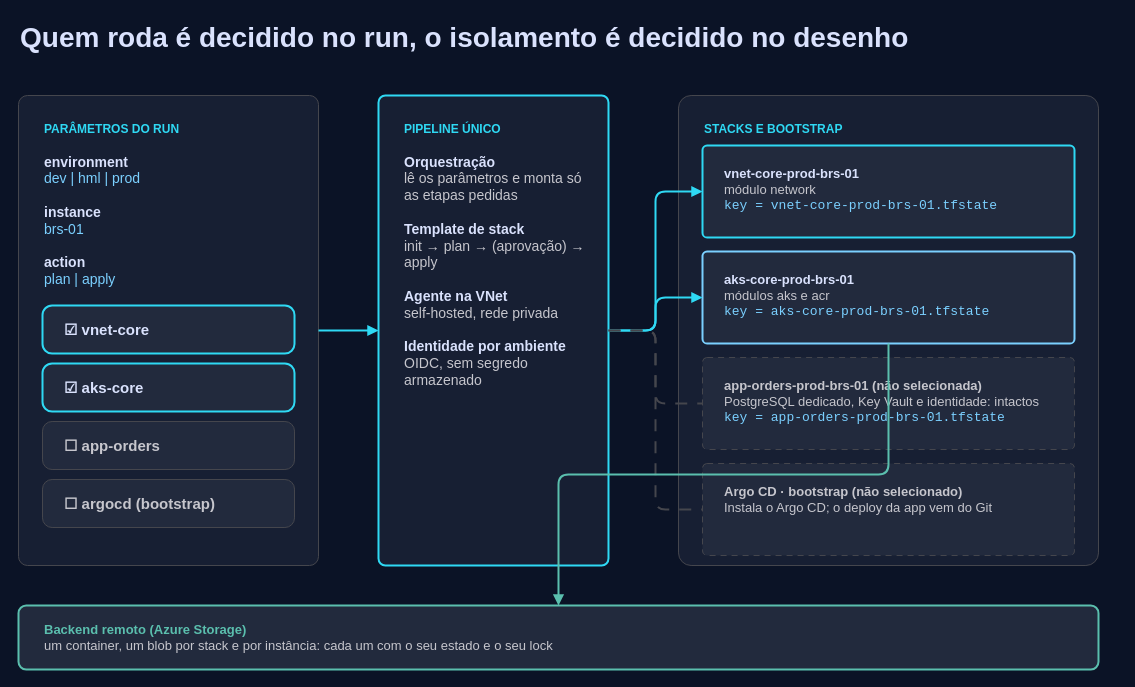
This is public/images/blog/2026-11-21/parametros-selecionam-stacks.drawio from rezendesfelipe/rezendesfelipe.github.io, a draw.io file, before an edit. Source tidied: cells renumbered, new cells numbered last; positions are measured from the earlier drawing's top-left corner, leaving out a move shared by most shapes. Both pictures are drawn from the tidied source at 100%, with x=0, y=0 at pixel (18, 17).
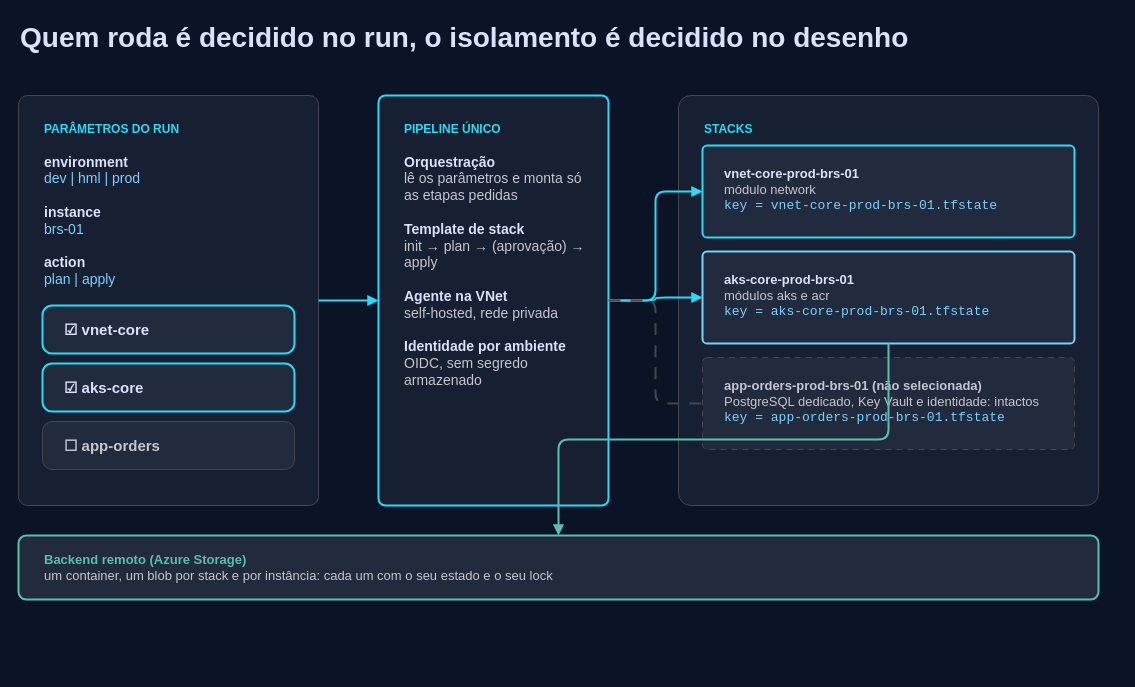
After the change.

Change to the diagram source:
```diff
@@
     <mxCell id="3" value="&lt;b style=&quot;font-family:Space Grotesk;color:#2fd9f4;font-size:12px&quot;&gt;PARÂMETROS DO RUN&lt;/b&gt;&lt;br&gt;&lt;br&gt;&lt;b&gt;environment&lt;/b&gt;&lt;br&gt;&lt;font color=&quot;#7bd0ff&quot;&gt;dev | hml | prod&lt;/font&gt;&lt;br&gt;&lt;br&gt;&lt;b&gt;instance&lt;/b&gt;&lt;br&gt;&lt;font color=&quot;#7bd0ff&quot;&gt;brs-01&lt;/font&gt;&lt;br&gt;&lt;br&gt;&lt;b&gt;action&lt;/b&gt;&lt;br&gt;&lt;font color=&quot;#7bd0ff&quot;&gt;plan | apply&lt;/font&gt;" style="rounded=1;arcSize=3;html=1;whiteSpace=wrap;align=left;verticalAlign=top;spacingLeft=24;spacingTop=18;fillColor=#171f33;strokeColor=#45464d;fontColor=#dae2fd;fontFamily=Manrope;fontSize=14;" parent="1" vertex="1">
-      <mxGeometry y="78" width="300" height="470" as="geometry" />
+      <mxGeometry y="78" width="300" height="410" as="geometry" />
     </mxCell>
@@
-    <mxCell id="7" value="☐ argocd (bootstrap)" style="rounded=1;arcSize=20;html=1;whiteSpace=wrap;align=left;spacingLeft=20;verticalAlign=middle;fillColor=#222a3d;strokeColor=#45464d;strokeWidth=1;fontColor=#c6c6cd;fontFamily=Space Grotesk;fontSize=15;fontStyle=1;" parent="1" vertex="1">
-      <mxGeometry x="24" y="462" width="252" height="48" as="geometry" />
+    <mxCell id="7" value="&lt;b style=&quot;font-family:Space Grotesk;color:#2fd9f4;font-size:12px&quot;&gt;PIPELINE ÚNICO&lt;/b&gt;&lt;br&gt;&lt;br&gt;&lt;b&gt;Orquestração&lt;/b&gt;&lt;br&gt;&lt;font color=&quot;#c6c6cd&quot;&gt;lê os parâmetros e monta só as etapas pedidas&lt;/font&gt;&lt;br&gt;&lt;br&gt;&lt;b&gt;Template de stack&lt;/b&gt;&lt;br&gt;&lt;font color=&quot;#c6c6cd&quot;&gt;init → plan → (aprovação) → apply&lt;/font&gt;&lt;br&gt;&lt;br&gt;&lt;b&gt;Agente na VNet&lt;/b&gt;&lt;br&gt;&lt;font color=&quot;#c6c6cd&quot;&gt;self-hosted, rede privada&lt;/font&gt;&lt;br&gt;&lt;br&gt;&lt;b&gt;Identidade por ambiente&lt;/b&gt;&lt;br&gt;&lt;font color=&quot;#c6c6cd&quot;&gt;OIDC, sem segredo armazenado&lt;/font&gt;" style="rounded=1;arcSize=3;html=1;whiteSpace=wrap;align=left;verticalAlign=top;spacingLeft=24;spacingRight=14;spacingTop=18;fillColor=#171f33;strokeColor=#2fd9f4;strokeWidth=2;fontColor=#dae2fd;fontFamily=Manrope;fontSize=14;" parent="1" vertex="1">
+      <mxGeometry x="360" y="78" width="230" height="410" as="geometry" />
     </mxCell>
-    <mxCell id="8" value="&lt;b style=&quot;font-family:Space Grotesk;color:#2fd9f4;font-size:12px&quot;&gt;PIPELINE ÚNICO&lt;/b&gt;&lt;br&gt;&lt;br&gt;&lt;b&gt;Orquestração&lt;/b&gt;&lt;br&gt;&lt;font color=&quot;#c6c6cd&quot;&gt;lê os parâmetros e monta só as etapas pedidas&lt;/font&gt;&lt;br&gt;&lt;br&gt;&lt;b&gt;Template de stack&lt;/b&gt;&lt;br&gt;&lt;font color=&quot;#c6c6cd&quot;&gt;init → plan → (aprovação) → apply&lt;/font&gt;&lt;br&gt;&lt;br&gt;&lt;b&gt;Agente na VNet&lt;/b&gt;&lt;br&gt;&lt;font color=&quot;#c6c6cd&quot;&gt;self-hosted, rede privada&lt;/font&gt;&lt;br&gt;&lt;br&gt;&lt;b&gt;Identidade por ambiente&lt;/b&gt;&lt;br&gt;&lt;font color=&quot;#c6c6cd&quot;&gt;OIDC, sem segredo armazenado&lt;/font&gt;" style="rounded=1;arcSize=3;html=1;whiteSpace=wrap;align=left;verticalAlign=top;spacingLeft=24;spacingRight=14;spacingTop=18;fillColor=#171f33;strokeColor=#2fd9f4;strokeWidth=2;fontColor=#dae2fd;fontFamily=Manrope;fontSize=14;" parent="1" vertex="1">
-      <mxGeometry x="360" y="78" width="230" height="470" as="geometry" />
+    <mxCell id="8" value="&lt;b style=&quot;font-family:Space Grotesk;color:#2fd9f4;font-size:12px&quot;&gt;STACKS&lt;/b&gt;" style="rounded=1;arcSize=3;html=1;whiteSpace=wrap;align=left;verticalAlign=top;spacingLeft=24;spacingTop=18;fillColor=#171f33;strokeColor=#45464d;fontColor=#dae2fd;fontFamily=Manrope;fontSize=14;" parent="1" vertex="1">
+      <mxGeometry x="660" y="78" width="420" height="410" as="geometry" />
     </mxCell>
-    <mxCell id="9" value="&lt;b style=&quot;font-family:Space Grotesk;color:#2fd9f4;font-size:12px&quot;&gt;STACKS E BOOTSTRAP&lt;/b&gt;" style="rounded=1;arcSize=3;html=1;whiteSpace=wrap;align=left;verticalAlign=top;spacingLeft=24;spacingTop=18;fillColor=#171f33;strokeColor=#45464d;fontColor=#dae2fd;fontFamily=Manrope;fontSize=14;" parent="1" vertex="1">
-      <mxGeometry x="660" y="78" width="420" height="470" as="geometry" />
+    <mxCell id="9" value="&lt;b&gt;vnet-core-prod-brs-01&lt;/b&gt;&lt;br&gt;&lt;font color=&quot;#c6c6cd&quot;&gt;módulo network&lt;/font&gt;&lt;br&gt;&lt;font face=&quot;Courier New&quot; color=&quot;#7bd0ff&quot;&gt;key = vnet-core-prod-brs-01.tfstate&lt;/font&gt;" style="rounded=1;arcSize=5;html=1;whiteSpace=wrap;align=left;verticalAlign=top;spacingLeft=20;spacingTop=14;spacingRight=10;fillColor=#222a3d;strokeColor=#2fd9f4;strokeWidth=2;fontColor=#dae2fd;fontFamily=Manrope;fontSize=13;" parent="1" vertex="1">
+      <mxGeometry x="684" y="128" width="372" height="92" as="geometry" />
     </mxCell>
-    <mxCell id="10" value="&lt;b&gt;vnet-core-prod-brs-01&lt;/b&gt;&lt;br&gt;&lt;font color=&quot;#c6c6cd&quot;&gt;módulo network&lt;/font&gt;&lt;br&gt;&lt;font face=&quot;Courier New&quot; color=&quot;#7bd0ff&quot;&gt;key = vnet-core-prod-brs-01.tfstate&lt;/font&gt;" style="rounded=1;arcSize=5;html=1;whiteSpace=wrap;align=left;verticalAlign=top;spacingLeft=20;spacingTop=14;spacingRight=10;fillColor=#222a3d;strokeColor=#2fd9f4;strokeWidth=2;fontColor=#dae2fd;fontFamily=Manrope;fontSize=13;" parent="1" vertex="1">
-      <mxGeometry x="684" y="128" width="372" height="92" as="geometry" />
+    <mxCell id="10" value="&lt;b&gt;aks-core-prod-brs-01&lt;/b&gt;&lt;br&gt;&lt;font color=&quot;#c6c6cd&quot;&gt;módulos aks e acr&lt;/font&gt;&lt;br&gt;&lt;font face=&quot;Courier New&quot; color=&quot;#7bd0ff&quot;&gt;key = aks-core-prod-brs-01.tfstate&lt;/font&gt;" style="rounded=1;arcSize=5;html=1;whiteSpace=wrap;align=left;verticalAlign=top;spacingLeft=20;spacingTop=14;spacingRight=10;fillColor=#222a3d;strokeColor=#7bd0ff;strokeWidth=2;fontColor=#dae2fd;fontFamily=Manrope;fontSize=13;" parent="1" vertex="1">
+      <mxGeometry x="684" y="234" width="372" height="92" as="geometry" />
     </mxCell>
-    <mxCell id="11" value="&lt;b&gt;aks-core-prod-brs-01&lt;/b&gt;&lt;br&gt;&lt;font color=&quot;#c6c6cd&quot;&gt;módulos aks e acr&lt;/font&gt;&lt;br&gt;&lt;font face=&quot;Courier New&quot; color=&quot;#7bd0ff&quot;&gt;key = aks-core-prod-brs-01.tfstate&lt;/font&gt;" style="rounded=1;arcSize=5;html=1;whiteSpace=wrap;align=left;verticalAlign=top;spacingLeft=20;spacingTop=14;spacingRight=10;fillColor=#222a3d;strokeColor=#7bd0ff;strokeWidth=2;fontColor=#dae2fd;fontFamily=Manrope;fontSize=13;" parent="1" vertex="1">
-      <mxGeometry x="684" y="234" width="372" height="92" as="geometry" />
+    <mxCell id="11" value="&lt;b&gt;app-orders-prod-brs-01  (não selecionada)&lt;/b&gt;&lt;br&gt;&lt;font color=&quot;#c6c6cd&quot;&gt;PostgreSQL dedicado, Key Vault e identidade: intactos&lt;/font&gt;&lt;br&gt;&lt;font face=&quot;Courier New&quot; color=&quot;#7bd0ff&quot;&gt;key = app-orders-prod-brs-01.tfstate&lt;/font&gt;" style="rounded=1;arcSize=5;html=1;whiteSpace=wrap;align=left;verticalAlign=top;spacingLeft=20;spacingTop=14;spacingRight=10;fillColor=#222a3d;strokeColor=#45464d;strokeWidth=1;dashed=1;dashPattern=6 5;fontColor=#c6c6cd;fontFamily=Manrope;fontSize=13;" parent="1" vertex="1">
+      <mxGeometry x="684" y="340" width="372" height="92" as="geometry" />
     </mxCell>
-    <mxCell id="12" value="&lt;b&gt;app-orders-prod-brs-01  (não selecionada)&lt;/b&gt;&lt;br&gt;&lt;font color=&quot;#c6c6cd&quot;&gt;PostgreSQL dedicado, Key Vault e identidade: intactos&lt;/font&gt;&lt;br&gt;&lt;font face=&quot;Courier New&quot; color=&quot;#7bd0ff&quot;&gt;key = app-orders-prod-brs-01.tfstate&lt;/font&gt;" style="rounded=1;arcSize=5;html=1;whiteSpace=wrap;align=left;verticalAlign=top;spacingLeft=20;spacingTop=14;spacingRight=10;fillColor=#222a3d;strokeColor=#45464d;strokeWidth=1;dashed=1;dashPattern=6 5;fontColor=#c6c6cd;fontFamily=Manrope;fontSize=13;" parent="1" vertex="1">
-      <mxGeometry x="684" y="340" width="372" height="92" as="geometry" />
+    <mxCell id="12" value="&lt;b style=&quot;font-family:Space Grotesk;color:#5bbfae&quot;&gt;Backend remoto (Azure Storage)&lt;/b&gt;&lt;br&gt;&lt;font color=&quot;#c6c6cd&quot;&gt;um container, um blob por stack e por instância: cada um com o seu estado e o seu lock&lt;/font&gt;" style="rounded=1;arcSize=12;html=1;whiteSpace=wrap;align=left;verticalAlign=middle;spacingLeft=24;fillColor=#222a3d;strokeColor=#5bbfae;strokeWidth=2;fontColor=#c6c6cd;fontFamily=Manrope;fontSize=13;" parent="1" vertex="1">
+      <mxGeometry y="518" width="1080" height="64" as="geometry" />
     </mxCell>
-    <mxCell id="13" value="&lt;b&gt;Argo CD · bootstrap  (não selecionado)&lt;/b&gt;&lt;br&gt;&lt;font color=&quot;#c6c6cd&quot;&gt;Instala o Argo CD; o deploy da app vem do Git&lt;/font&gt;" style="rounded=1;arcSize=5;html=1;whiteSpace=wrap;align=left;verticalAlign=top;spacingLeft=20;spacingTop=14;spacingRight=10;fillColor=#222a3d;strokeColor=#45464d;strokeWidth=1;dashed=1;dashPattern=6 5;fontColor=#c6c6cd;fontFamily=Manrope;fontSize=13;" parent="1" vertex="1">
-      <mxGeometry x="684" y="446" width="372" height="92" as="geometry" />
+    <mxCell id="13" style="edgeStyle=orthogonalEdgeStyle;html=1;strokeColor=#2fd9f4;strokeWidth=2;endArrow=block;endFill=1;" parent="1" edge="1" source="3" target="7">
+      <mxGeometry relative="1" as="geometry" />
     </mxCell>
-    <mxCell id="14" value="&lt;b style=&quot;font-family:Space Grotesk;color:#5bbfae&quot;&gt;Backend remoto (Azure Storage)&lt;/b&gt;&lt;br&gt;&lt;font color=&quot;#c6c6cd&quot;&gt;um container, um blob por stack e por instância: cada um com o seu estado e o seu lock&lt;/font&gt;" style="rounded=1;arcSize=12;html=1;whiteSpace=wrap;align=left;verticalAlign=middle;spacingLeft=24;fillColor=#222a3d;strokeColor=#5bbfae;strokeWidth=2;fontColor=#c6c6cd;fontFamily=Manrope;fontSize=13;" parent="1" vertex="1">
-      <mxGeometry y="588" width="1080" height="64" as="geometry" />
+    <mxCell id="14" style="edgeStyle=orthogonalEdgeStyle;html=1;strokeColor=#2fd9f4;strokeWidth=2;endArrow=block;endFill=1;" parent="1" edge="1" source="7" target="9">
+      <mxGeometry relative="1" as="geometry" />
     </mxCell>
-    <mxCell id="15" style="edgeStyle=orthogonalEdgeStyle;html=1;strokeColor=#2fd9f4;strokeWidth=2;endArrow=block;endFill=1;" parent="1" edge="1" source="3" target="8">
+    <mxCell id="15" style="edgeStyle=orthogonalEdgeStyle;html=1;strokeColor=#2fd9f4;strokeWidth=2;endArrow=block;endFill=1;" parent="1" edge="1" source="7" target="10">
       <mxGeometry relative="1" as="geometry" />
     </mxCell>
-    <mxCell id="16" style="edgeStyle=orthogonalEdgeStyle;html=1;strokeColor=#2fd9f4;strokeWidth=2;endArrow=block;endFill=1;" parent="1" edge="1" source="8" target="10">
+    <mxCell id="16" style="edgeStyle=orthogonalEdgeStyle;html=1;strokeColor=#45464d;strokeWidth=2;endArrow=none;endFill=1;dashed=1;dashPattern=6 5;" parent="1" edge="1" source="7" target="11">
       <mxGeometry relative="1" as="geometry" />
     </mxCell>
-    <mxCell id="17" style="edgeStyle=orthogonalEdgeStyle;html=1;strokeColor=#2fd9f4;strokeWidth=2;endArrow=block;endFill=1;" parent="1" edge="1" source="8" target="11">
+    <mxCell id="17" style="edgeStyle=orthogonalEdgeStyle;html=1;strokeColor=#5bbfae;strokeWidth=2;endArrow=block;endFill=1;" parent="1" edge="1" source="10" target="12">
       <mxGeometry relative="1" as="geometry" />
     </mxCell>
-    <mxCell id="18" style="edgeStyle=orthogonalEdgeStyle;html=1;strokeColor=#45464d;strokeWidth=2;endArrow=none;endFill=1;dashed=1;dashPattern=6 5;" parent="1" edge="1" source="8" target="12">
-      <mxGeometry relative="1" as="geometry" />
-    </mxCell>
-    <mxCell id="19" style="edgeStyle=orthogonalEdgeStyle;html=1;strokeColor=#45464d;strokeWidth=2;endArrow=none;endFill=1;dashed=1;dashPattern=6 5;" parent="1" edge="1" source="8" target="13">
-      <mxGeometry relative="1" as="geometry" />
-    </mxCell>
-    <mxCell id="20" style="edgeStyle=orthogonalEdgeStyle;html=1;strokeColor=#5bbfae;strokeWidth=2;endArrow=block;endFill=1;" parent="1" edge="1" source="11" target="14">
-      <mxGeometry relative="1" as="geometry" />
-    </mxCell>
```
